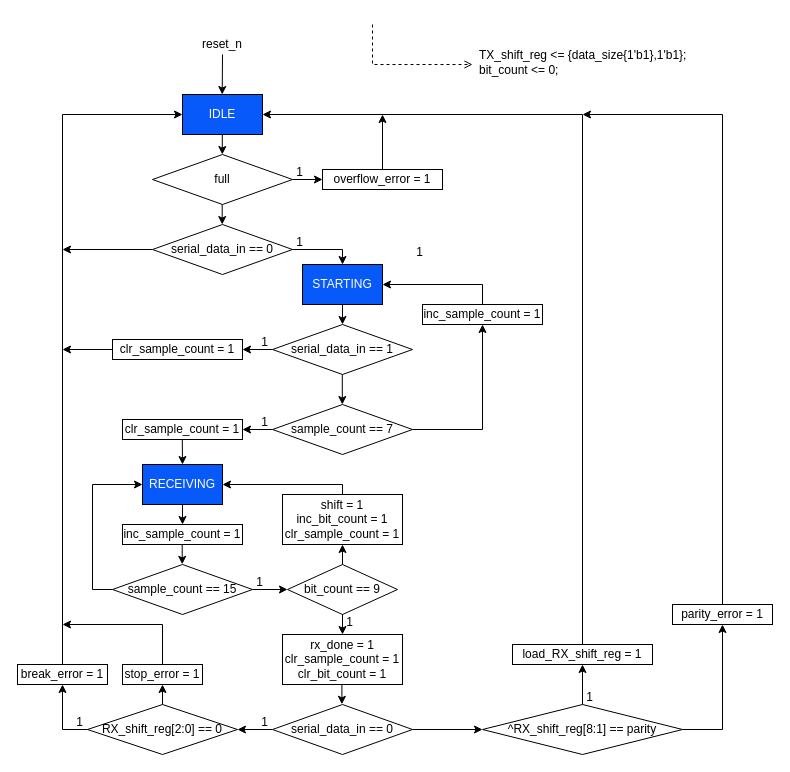
The draw.io diagram page "uart_receiver_ASMD" (10 of 10) of doc/UART.drawio in lampn0/uart_vlsi, before the edit. Source tidied: cells renumbered, new cells numbered last; positions are measured from the earlier drawing's top-left corner, leaving out a move shared by most shapes. Both pictures are drawn from the tidied source at 100%, with x=0, y=0 at pixel (17, 24).
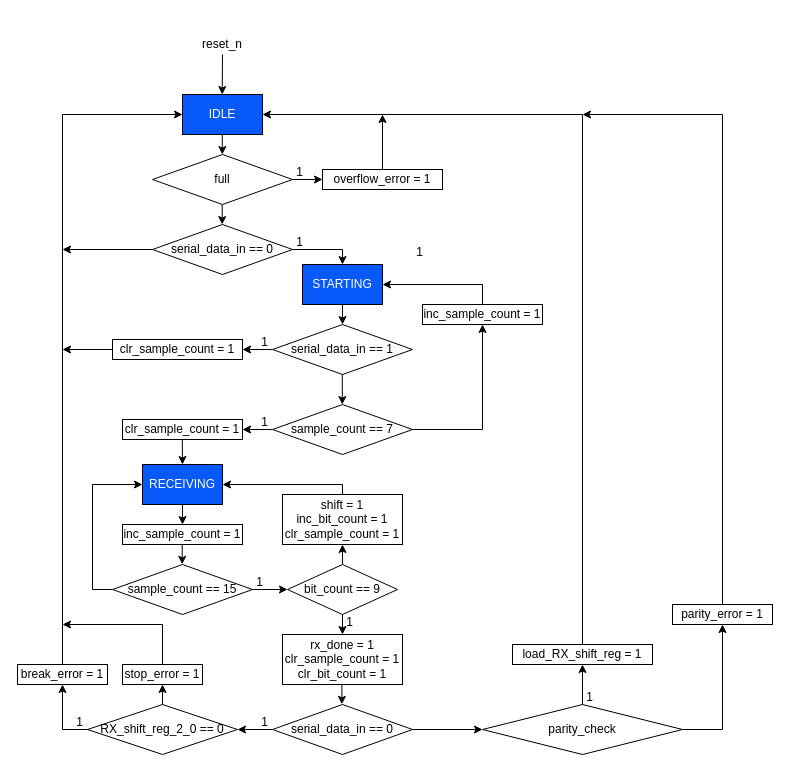
Above is the later version.

The edit, as a diff of the source:
```diff
@@
-    <mxCell id="53" value="^RX_shift_reg[8:1] == parity" style="rhombus;whiteSpace=wrap;html=1;fillColor=#FFFFFF;align=center;" parent="1" vertex="1">
+    <mxCell id="53" value="parity_check" style="rhombus;whiteSpace=wrap;html=1;fillColor=#FFFFFF;align=center;" parent="1" vertex="1">
       <mxGeometry x="465" y="680" width="200" height="50" as="geometry" />
     </mxCell>
@@
-    <mxCell id="61" value="RX_shift_reg[2:0] == 0" style="rhombus;whiteSpace=wrap;html=1;fillColor=#FFFFFF;align=center;" parent="1" vertex="1">
+    <mxCell id="61" value="RX_shift_reg_2_0 == 0" style="rhombus;whiteSpace=wrap;html=1;fillColor=#FFFFFF;align=center;" parent="1" vertex="1">
       <mxGeometry x="70" y="680" width="150" height="50" as="geometry" />
     </mxCell>
@@
-    <mxCell id="69" style="endArrow=open;html=1;rounded=0;dashed=1;endFill=0;" parent="1" edge="1">
-      <mxGeometry relative="1" as="geometry">
-        <mxPoint x="355" as="sourcePoint" />
-        <mxPoint x="455" y="40" as="targetPoint" />
-        <Array as="points">
-          <mxPoint x="355" y="40" />
-        </Array>
-      </mxGeometry>
-    </mxCell>
-    <mxCell id="70" value="TX_shift_reg &amp;lt;= {data_size{1'b1},1'b1};&lt;br&gt;bit_count &amp;lt;= 0;" style="text;html=1;fillColor=none;align=left;verticalAlign=middle;whiteSpace=wrap;rounded=0;" parent="1" vertex="1">
-      <mxGeometry x="460" y="20" width="215" height="35" as="geometry" />
-    </mxCell>
```
